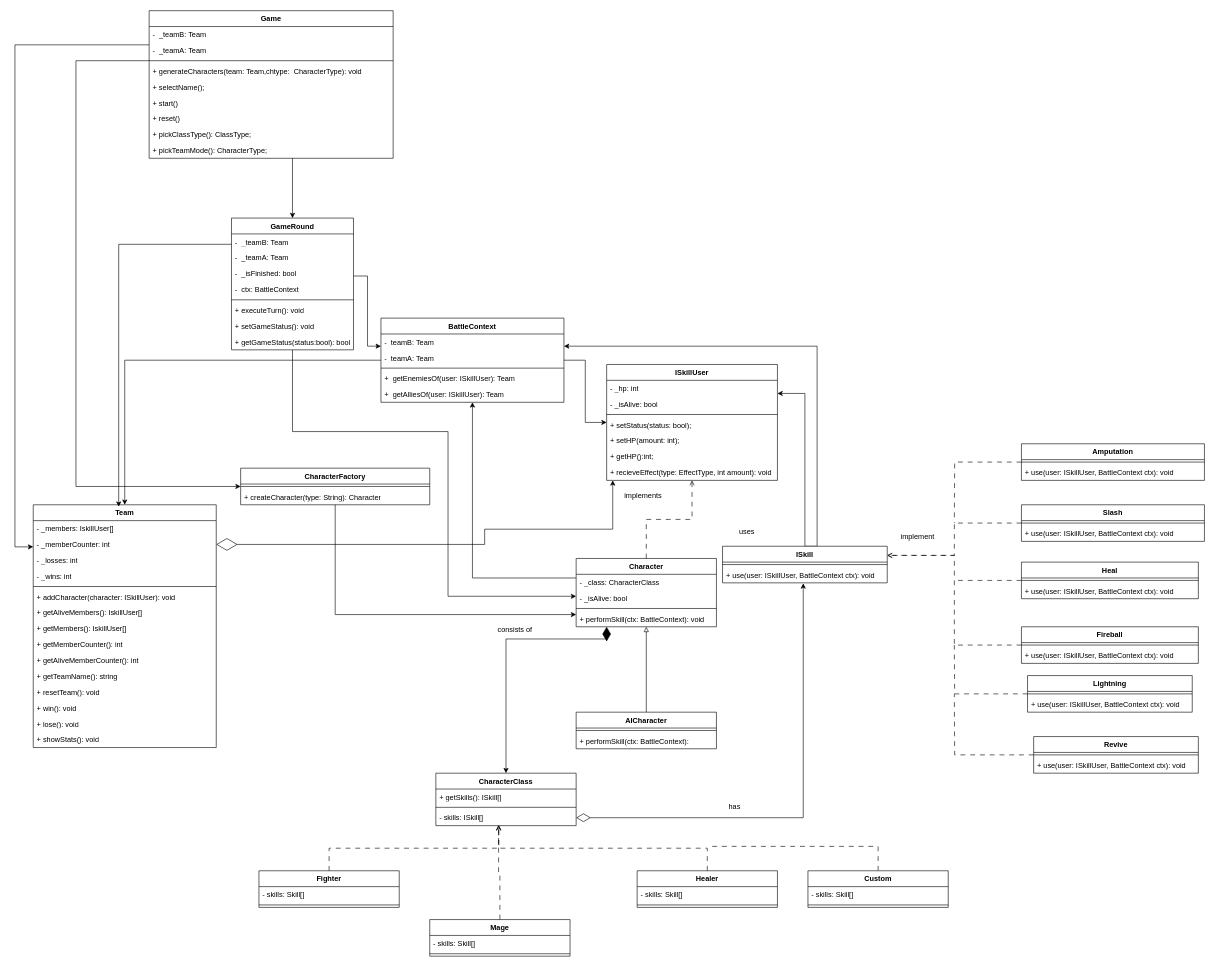
This is FightClub.drawio from ergimandija/FightClub, a draw.io file, before an edit. Source tidied: cells renumbered, new cells numbered last; positions are measured from the earlier drawing's top-left corner, leaving out a move shared by most shapes. Both pictures are drawn from the tidied source at 61%, with x=0, y=0 at pixel (15, 10).
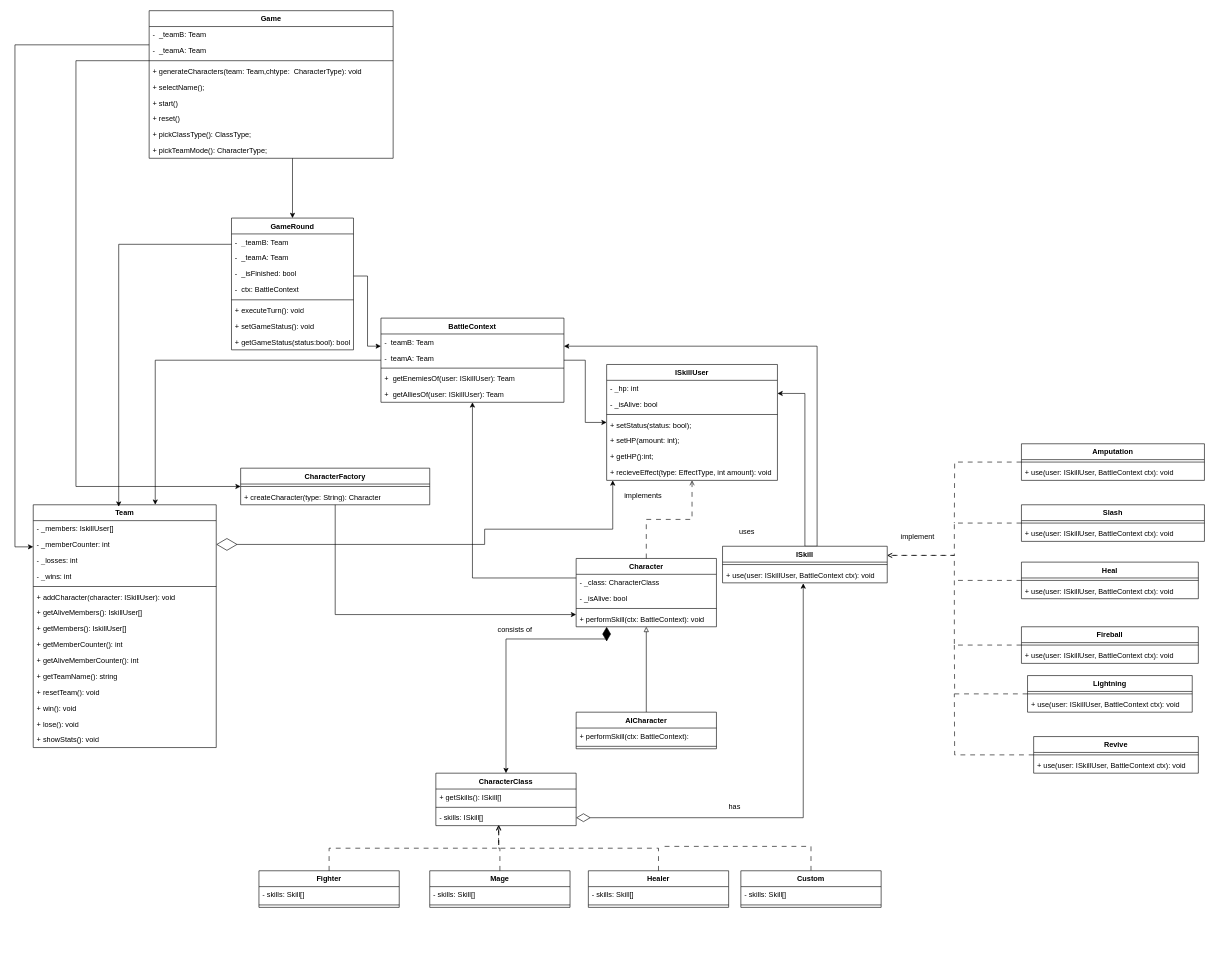
The same diagram, later.

Unchanged cells that the change refers to:
```xml
<mxCell id="12" value="Character" style="swimlane;fontStyle=1;align=center;verticalAlign=top;horizontal=1;startSize=26;whiteSpace=wrap;html=1;" parent="1" vertex="1">
  <mxGeometry x="920" y="898" width="230" height="112" as="geometry" />
</mxCell>
<mxCell id="74" value="AICharacter" style="swimlane;fontStyle=1;align=center;verticalAlign=top;horizontal=1;startSize=26;whiteSpace=wrap;html=1;" parent="1" vertex="1">
  <mxGeometry x="920" y="1150" width="230" height="60" as="geometry" />
</mxCell>
<mxCell id="79" value="GameRound" style="swimlane;fontStyle=1;align=center;verticalAlign=top;horizontal=1;startSize=26;whiteSpace=wrap;html=1;" parent="1" vertex="1">
  <mxGeometry x="355" y="340" width="200" height="216" as="geometry" />
</mxCell>
<mxCell id="100" value="Team" style="swimlane;fontStyle=1;align=center;verticalAlign=top;horizontal=1;startSize=26;whiteSpace=wrap;html=1;" parent="1" vertex="1">
  <mxGeometry x="30" y="810" width="300" height="398" as="geometry" />
</mxCell>
<mxCell id="120" value="BattleContext" style="swimlane;fontStyle=1;align=center;verticalAlign=top;horizontal=1;startSize=26;whiteSpace=wrap;html=1;" parent="1" vertex="1">
  <mxGeometry x="600" y="504" width="300" height="138" as="geometry" />
</mxCell>
```

Change to the diagram source:
```diff
@@
     <mxCell id="48" value="Mage" style="swimlane;fontStyle=1;align=center;verticalAlign=top;horizontal=1;startSize=26;whiteSpace=wrap;html=1;" parent="1" vertex="1">
-      <mxGeometry x="680" y="1490" width="230" height="60" as="geometry" />
+      <mxGeometry x="680" y="1410" width="230" height="60" as="geometry" />
     </mxCell>
@@
     <mxCell id="51" value="Healer" style="swimlane;fontStyle=1;align=center;verticalAlign=top;horizontal=1;startSize=26;whiteSpace=wrap;html=1;" parent="1" vertex="1">
-      <mxGeometry x="1020" y="1410" width="230" height="60" as="geometry" />
+      <mxGeometry x="940" y="1410" width="230" height="60" as="geometry" />
     </mxCell>
@@
+    <mxCell id="76" value="+ performSkill(ctx: BattleContext):&amp;nbsp;" style="text;strokeColor=none;fillColor=none;align=left;verticalAlign=top;spacingLeft=4;spacingRight=4;overflow=hidden;whiteSpace=wrap;html=1;" parent="74" vertex="1">
+      <mxGeometry y="26" width="230" height="26" as="geometry" />
+    </mxCell>
     <mxCell id="75" style="line;strokeWidth=1;fillColor=none;align=left;verticalAlign=middle;spacingTop=-1;spacingLeft=3;spacingRight=3;labelPosition=right;strokeColor=inherit;" parent="74" vertex="1">
-      <mxGeometry y="26" width="230" height="8" as="geometry" />
+      <mxGeometry y="52" width="230" height="8" as="geometry" />
     </mxCell>
-    <mxCell id="76" value="+ performSkill(ctx: BattleContext):&amp;nbsp;" style="text;strokeColor=none;fillColor=none;align=left;verticalAlign=top;spacingLeft=4;spacingRight=4;overflow=hidden;whiteSpace=wrap;html=1;" parent="74" vertex="1">
-      <mxGeometry y="34" width="230" height="26" as="geometry" />
-    </mxCell>
@@
-    <mxCell id="78" style="edgeStyle=orthogonalEdgeStyle;rounded=0;jettySize=auto;html=1;" parent="1" edge="1" source="79" target="12">
-      <mxGeometry relative="1" as="geometry">
-        <Array as="points">
-          <mxPoint x="455" y="690" />
-          <mxPoint x="710" y="690" />
-          <mxPoint x="710" y="960" />
-        </Array>
-      </mxGeometry>
-    </mxCell>
@@
     <mxCell id="118" style="edgeStyle=orthogonalEdgeStyle;rounded=0;jettySize=auto;html=1;" parent="1" edge="1" source="120" target="100">
-      <mxGeometry relative="1" as="geometry" />
+      <mxGeometry relative="1" as="geometry">
+        <Array as="points">
+          <mxPoint x="230" y="573" />
+        </Array>
+      </mxGeometry>
     </mxCell>
@@
     <mxCell id="127" style="edgeStyle=orthogonalEdgeStyle;rounded=0;jettySize=auto;html=1;endArrow=none;endFill=0;dashed=1;dashPattern=8 8;" parent="1" edge="1" source="128">
       <mxGeometry relative="1" as="geometry">
-        <mxPoint x="1140" y="1370" as="targetPoint" />
+        <mxPoint x="1060" y="1370" as="targetPoint" />
         <Array as="points">
-          <mxPoint x="1415" y="1370" />
+          <mxPoint x="1305" y="1370" />
         </Array>
       </mxGeometry>
     </mxCell>
     <mxCell id="128" value="Custom" style="swimlane;fontStyle=1;align=center;verticalAlign=top;horizontal=1;startSize=26;whiteSpace=wrap;html=1;" parent="1" vertex="1">
-      <mxGeometry x="1300" y="1410" width="230" height="60" as="geometry" />
+      <mxGeometry x="1190" y="1410" width="230" height="60" as="geometry" />
     </mxCell>
```
